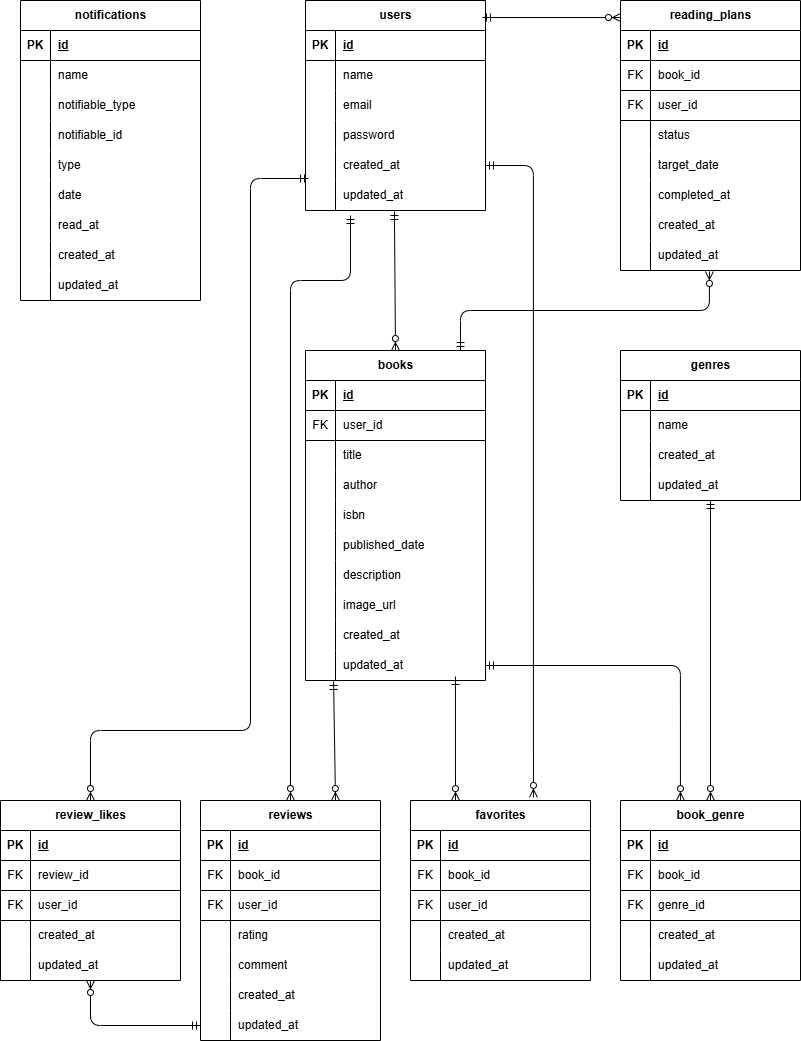
Earlier version of the draw.io export erd.drawio.png (urbexsaku/bookshelf-app). Source tidied: cells renumbered, new cells last; positions are measured from the earlier drawing's top-left corner, leaving out a move shared by most shapes.
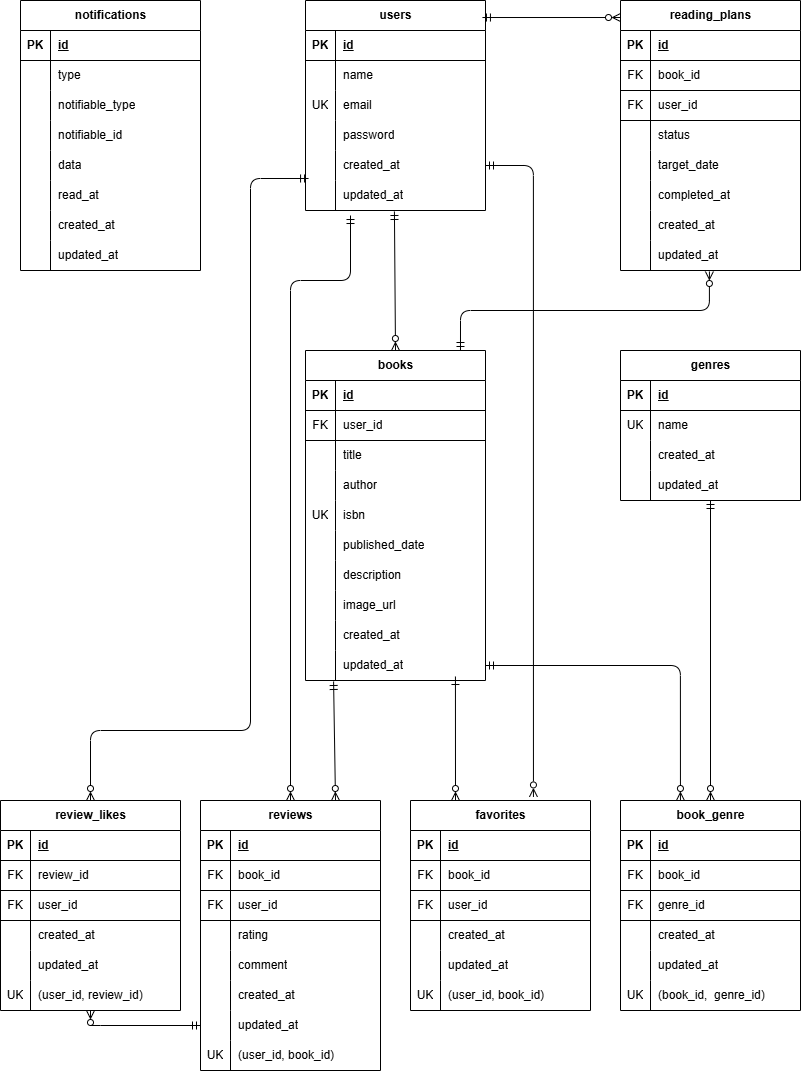
After the commit.

What changed in the source:
```diff
@@ -26,7 +26,7 @@
     <mxCell id="9" style="shape=tableRow;horizontal=0;startSize=0;swimlaneHead=0;swimlaneBody=0;fillColor=none;top=0;left=0;right=0;bottom=0;" parent="2" vertex="1">
       <mxGeometry y="90" width="180" height="30" as="geometry" />
     </mxCell>
-    <mxCell id="10" style="shape=partialRectangle;fillColor=none;top=0;left=0;bottom=0;right=0;overflow=hidden;whiteSpace=wrap;html=1;" parent="9" vertex="1">
+    <mxCell id="10" value="UK" style="shape=partialRectangle;fillColor=none;top=0;left=0;bottom=0;right=0;overflow=hidden;whiteSpace=wrap;html=1;" parent="9" vertex="1">
       <mxGeometry width="30" height="30" as="geometry" />
     </mxCell>
     <mxCell id="11" value="email" style="shape=partialRectangle;fillColor=none;top=0;left=0;bottom=0;right=0;align=left;spacingLeft=6;overflow=hidden;whiteSpace=wrap;html=1;" parent="9" vertex="1">
@@ -60,7 +60,7 @@
       <mxGeometry x="30" width="150" height="30" as="geometry" />
     </mxCell>
     <mxCell id="21" value="reviews" style="shape=table;startSize=30;rowLines=0;fontStyle=1;align=center;html=1;" parent="1" vertex="1">
-      <mxGeometry x="200" y="800" width="180" height="240" as="geometry" />
+      <mxGeometry x="200" y="800" width="180" height="270" as="geometry" />
     </mxCell>
     <mxCell id="22" style="shape=tableRow;horizontal=0;startSize=0;swimlaneHead=0;swimlaneBody=0;fillColor=none;top=0;left=0;right=0;bottom=1;" parent="21" vertex="1">
       <mxGeometry y="30" width="180" height="30" as="geometry" />
@@ -125,6 +125,15 @@
     <mxCell id="42" value="updated_at" style="shape=partialRectangle;fillColor=none;top=0;left=0;bottom=0;right=0;align=left;spacingLeft=6;overflow=hidden;whiteSpace=wrap;html=1;" parent="40" vertex="1">
       <mxGeometry x="30" width="150" height="30" as="geometry" />
     </mxCell>
+    <mxCell id="199" style="shape=tableRow;horizontal=0;startSize=0;swimlaneHead=0;swimlaneBody=0;fillColor=none;top=0;left=0;right=0;bottom=0;" parent="21" vertex="1">
+      <mxGeometry y="240" width="180" height="30" as="geometry" />
+    </mxCell>
+    <mxCell id="200" value="UK" style="shape=partialRectangle;fillColor=none;top=0;left=0;bottom=0;right=0;overflow=hidden;whiteSpace=wrap;html=1;" parent="199" vertex="1">
+      <mxGeometry width="30" height="30" as="geometry" />
+    </mxCell>
+    <mxCell id="201" value="(user_id, book_id)" style="shape=partialRectangle;fillColor=none;top=0;left=0;bottom=0;right=0;align=left;spacingLeft=6;overflow=hidden;whiteSpace=wrap;html=1;" parent="199" vertex="1">
+      <mxGeometry x="30" width="150" height="30" as="geometry" />
+    </mxCell>
     <mxCell id="43" value="genres" style="shape=table;startSize=30;rowLines=0;fontStyle=1;align=center;html=1;" parent="1" vertex="1">
       <mxGeometry x="620" y="350" width="180" height="150" as="geometry" />
     </mxCell>
@@ -140,7 +149,7 @@
     <mxCell id="47" style="shape=tableRow;horizontal=0;startSize=0;swimlaneHead=0;swimlaneBody=0;fillColor=none;top=0;left=0;right=0;bottom=0;" parent="43" vertex="1">
       <mxGeometry y="60" width="180" height="30" as="geometry" />
     </mxCell>
-    <mxCell id="48" style="shape=partialRectangle;fillColor=none;top=0;left=0;bottom=0;right=0;overflow=hidden;whiteSpace=wrap;html=1;" parent="47" vertex="1">
+    <mxCell id="48" value="UK" style="shape=partialRectangle;fillColor=none;top=0;left=0;bottom=0;right=0;overflow=hidden;whiteSpace=wrap;html=1;" parent="47" vertex="1">
       <mxGeometry width="30" height="30" as="geometry" />
     </mxCell>
     <mxCell id="49" value="name" style="shape=partialRectangle;fillColor=none;top=0;left=0;bottom=0;right=0;align=left;spacingLeft=6;overflow=hidden;whiteSpace=wrap;html=1;" parent="47" vertex="1">
@@ -206,7 +215,7 @@
     <mxCell id="69" style="shape=tableRow;horizontal=0;startSize=0;swimlaneHead=0;swimlaneBody=0;fillColor=none;top=0;left=0;right=0;bottom=0;" parent="56" vertex="1">
       <mxGeometry y="150" width="180" height="30" as="geometry" />
     </mxCell>
-    <mxCell id="70" style="shape=partialRectangle;fillColor=none;top=0;left=0;bottom=0;right=0;overflow=hidden;whiteSpace=wrap;html=1;" parent="69" vertex="1">
+    <mxCell id="70" value="UK" style="shape=partialRectangle;fillColor=none;top=0;left=0;bottom=0;right=0;overflow=hidden;whiteSpace=wrap;html=1;" parent="69" vertex="1">
       <mxGeometry width="30" height="30" as="geometry" />
     </mxCell>
     <mxCell id="71" value="isbn" style="shape=partialRectangle;fillColor=none;top=0;left=0;bottom=0;right=0;align=left;spacingLeft=6;overflow=hidden;whiteSpace=wrap;html=1;" parent="69" vertex="1">
@@ -258,7 +267,7 @@
       <mxGeometry x="30" width="150" height="30" as="geometry" />
     </mxCell>
     <mxCell id="87" value="favorites" style="shape=table;startSize=30;rowLines=0;fontStyle=1;align=center;html=1;" parent="1" vertex="1">
-      <mxGeometry x="410" y="800" width="180" height="180" as="geometry" />
+      <mxGeometry x="410" y="800" width="180" height="210" as="geometry" />
     </mxCell>
     <mxCell id="88" style="shape=tableRow;horizontal=0;startSize=0;swimlaneHead=0;swimlaneBody=0;fillColor=none;top=0;left=0;right=0;bottom=1;" parent="87" vertex="1">
       <mxGeometry y="30" width="180" height="30" as="geometry" />
@@ -305,8 +314,17 @@
     <mxCell id="102" value="updated_at" style="shape=partialRectangle;fillColor=none;top=0;left=0;bottom=0;right=0;align=left;spacingLeft=6;overflow=hidden;whiteSpace=wrap;html=1;" parent="100" vertex="1">
       <mxGeometry x="30" width="150" height="30" as="geometry" />
     </mxCell>
+    <mxCell id="202" style="shape=tableRow;horizontal=0;startSize=0;swimlaneHead=0;swimlaneBody=0;fillColor=none;top=0;left=0;right=0;bottom=0;" parent="87" vertex="1">
+      <mxGeometry y="180" width="180" height="30" as="geometry" />
+    </mxCell>
+    <mxCell id="203" value="UK" style="shape=partialRectangle;fillColor=none;top=0;left=0;bottom=0;right=0;overflow=hidden;whiteSpace=wrap;html=1;" parent="202" vertex="1">
+      <mxGeometry width="30" height="30" as="geometry" />
+    </mxCell>
+    <mxCell id="204" value="(user_id, book_id)" style="shape=partialRectangle;fillColor=none;top=0;left=0;bottom=0;right=0;align=left;spacingLeft=6;overflow=hidden;whiteSpace=wrap;html=1;" parent="202" vertex="1">
+      <mxGeometry x="30" width="150" height="30" as="geometry" />
+    </mxCell>
     <mxCell id="103" value="review_likes" style="shape=table;startSize=30;rowLines=0;fontStyle=1;align=center;html=1;" parent="1" vertex="1">
-      <mxGeometry y="800" width="180" height="180" as="geometry" />
+      <mxGeometry y="800" width="180" height="210" as="geometry" />
     </mxCell>
     <mxCell id="104" style="shape=tableRow;horizontal=0;startSize=0;swimlaneHead=0;swimlaneBody=0;fillColor=none;top=0;left=0;right=0;bottom=1;" parent="103" vertex="1">
       <mxGeometry y="30" width="180" height="30" as="geometry" />
@@ -353,8 +371,17 @@
     <mxCell id="118" value="updated_at" style="shape=partialRectangle;fillColor=none;top=0;left=0;bottom=0;right=0;align=left;spacingLeft=6;overflow=hidden;whiteSpace=wrap;html=1;" parent="116" vertex="1">
       <mxGeometry x="30" width="150" height="30" as="geometry" />
     </mxCell>
+    <mxCell id="205" style="shape=tableRow;horizontal=0;startSize=0;swimlaneHead=0;swimlaneBody=0;fillColor=none;top=0;left=0;right=0;bottom=0;" parent="103" vertex="1">
+      <mxGeometry y="180" width="180" height="30" as="geometry" />
+    </mxCell>
+    <mxCell id="206" value="UK" style="shape=partialRectangle;fillColor=none;top=0;left=0;bottom=0;right=0;overflow=hidden;whiteSpace=wrap;html=1;" parent="205" vertex="1">
+      <mxGeometry width="30" height="30" as="geometry" />
+    </mxCell>
+    <mxCell id="207" value="(user_id, review_id)" style="shape=partialRectangle;fillColor=none;top=0;left=0;bottom=0;right=0;align=left;spacingLeft=6;overflow=hidden;whiteSpace=wrap;html=1;" parent="205" vertex="1">
+      <mxGeometry x="30" width="150" height="30" as="geometry" />
+    </mxCell>
     <mxCell id="119" value="book_genre" style="shape=table;startSize=30;rowLines=0;fontStyle=1;align=center;html=1;" parent="1" vertex="1">
-      <mxGeometry x="620" y="800" width="180" height="180" as="geometry" />
+      <mxGeometry x="620" y="800" width="180" height="210" as="geometry" />
     </mxCell>
     <mxCell id="120" style="shape=tableRow;horizontal=0;startSize=0;swimlaneHead=0;swimlaneBody=0;fillColor=none;top=0;left=0;right=0;bottom=1;" parent="119" vertex="1">
       <mxGeometry y="30" width="180" height="30" as="geometry" />
@@ -401,6 +428,15 @@
     <mxCell id="134" value="updated_at" style="shape=partialRectangle;fillColor=none;top=0;left=0;bottom=0;right=0;align=left;spacingLeft=6;overflow=hidden;whiteSpace=wrap;html=1;" parent="132" vertex="1">
       <mxGeometry x="30" width="150" height="30" as="geometry" />
     </mxCell>
+    <mxCell id="208" style="shape=tableRow;horizontal=0;startSize=0;swimlaneHead=0;swimlaneBody=0;fillColor=none;top=0;left=0;right=0;bottom=0;" parent="119" vertex="1">
+      <mxGeometry y="180" width="180" height="30" as="geometry" />
+    </mxCell>
+    <mxCell id="209" value="UK" style="shape=partialRectangle;fillColor=none;top=0;left=0;bottom=0;right=0;overflow=hidden;whiteSpace=wrap;html=1;" parent="208" vertex="1">
+      <mxGeometry width="30" height="30" as="geometry" />
+    </mxCell>
+    <mxCell id="210" value="(&lt;span style=&quot;color: rgb(0, 0, 0);&quot;&gt;book_id,&amp;nbsp;&amp;nbsp;&lt;/span&gt;&lt;span style=&quot;color: rgb(0, 0, 0);&quot;&gt;genre_id)&lt;/span&gt;" style="shape=partialRectangle;fillColor=none;top=0;left=0;bottom=0;right=0;align=left;spacingLeft=6;overflow=hidden;whiteSpace=wrap;html=1;" parent="208" vertex="1">
+      <mxGeometry x="30" width="150" height="30" as="geometry" />
+    </mxCell>
     <mxCell id="135" style="edgeStyle=none;html=1;exitX=0.494;exitY=1.033;exitDx=0;exitDy=0;endArrow=ERzeroToMany;endFill=0;startArrow=ERmandOne;startFill=0;exitPerimeter=0;entryX=0.5;entryY=0;entryDx=0;entryDy=0;" parent="1" edge="1" source="18" target="56">
       <mxGeometry relative="1" as="geometry" />
     </mxCell>
@@ -528,7 +564,7 @@
       </mxGeometry>
     </mxCell>
     <mxCell id="171" value="notifications" style="shape=table;startSize=30;rowLines=0;fontStyle=1;align=center;html=1;" parent="1" vertex="1">
-      <mxGeometry x="20" width="180" height="300" as="geometry" />
+      <mxGeometry x="20" width="180" height="270" as="geometry" />
     </mxCell>
     <mxCell id="172" style="shape=tableRow;horizontal=0;startSize=0;swimlaneHead=0;swimlaneBody=0;fillColor=none;top=0;left=0;right=0;bottom=1;" parent="171" vertex="1">
       <mxGeometry y="30" width="180" height="30" as="geometry" />
@@ -545,7 +581,7 @@
     <mxCell id="176" style="shape=partialRectangle;fillColor=none;top=0;left=0;bottom=0;right=0;overflow=hidden;whiteSpace=wrap;html=1;" parent="175" vertex="1">
       <mxGeometry width="30" height="30" as="geometry" />
     </mxCell>
-    <mxCell id="177" value="name" style="shape=partialRectangle;fillColor=none;top=0;left=0;bottom=0;right=0;align=left;spacingLeft=6;overflow=hidden;whiteSpace=wrap;html=1;" parent="175" vertex="1">
+    <mxCell id="177" value="type" style="shape=partialRectangle;fillColor=none;top=0;left=0;bottom=0;right=0;align=left;spacingLeft=6;overflow=hidden;whiteSpace=wrap;html=1;" parent="175" vertex="1">
       <mxGeometry x="30" width="150" height="30" as="geometry" />
     </mxCell>
     <mxCell id="178" style="shape=tableRow;horizontal=0;startSize=0;swimlaneHead=0;swimlaneBody=0;fillColor=none;top=0;left=0;right=0;bottom=0;" parent="171" vertex="1">
@@ -566,26 +602,17 @@
     <mxCell id="183" value="notifiable_id" style="shape=partialRectangle;fillColor=none;top=0;left=0;bottom=0;right=0;align=left;spacingLeft=6;overflow=hidden;whiteSpace=wrap;html=1;" parent="181" vertex="1">
       <mxGeometry x="30" width="150" height="30" as="geometry" />
     </mxCell>
-    <mxCell id="184" style="shape=tableRow;horizontal=0;startSize=0;swimlaneHead=0;swimlaneBody=0;fillColor=none;top=0;left=0;right=0;bottom=0;" parent="171" vertex="1">
-      <mxGeometry y="150" width="180" height="30" as="geometry" />
-    </mxCell>
-    <mxCell id="185" style="shape=partialRectangle;fillColor=none;top=0;left=0;bottom=0;right=0;overflow=hidden;whiteSpace=wrap;html=1;" parent="184" vertex="1">
-      <mxGeometry width="30" height="30" as="geometry" />
-    </mxCell>
-    <mxCell id="186" value="type" style="shape=partialRectangle;fillColor=none;top=0;left=0;bottom=0;right=0;align=left;spacingLeft=6;overflow=hidden;whiteSpace=wrap;html=1;" parent="184" vertex="1">
-      <mxGeometry x="30" width="150" height="30" as="geometry" />
-    </mxCell>
     <mxCell id="187" style="shape=tableRow;horizontal=0;startSize=0;swimlaneHead=0;swimlaneBody=0;fillColor=none;top=0;left=0;right=0;bottom=0;" parent="171" vertex="1">
-      <mxGeometry y="180" width="180" height="30" as="geometry" />
+      <mxGeometry y="150" width="180" height="30" as="geometry" />
     </mxCell>
     <mxCell id="188" style="shape=partialRectangle;fillColor=none;top=0;left=0;bottom=0;right=0;overflow=hidden;whiteSpace=wrap;html=1;" parent="187" vertex="1">
       <mxGeometry width="30" height="30" as="geometry" />
     </mxCell>
-    <mxCell id="189" value="date" style="shape=partialRectangle;fillColor=none;top=0;left=0;bottom=0;right=0;align=left;spacingLeft=6;overflow=hidden;whiteSpace=wrap;html=1;" parent="187" vertex="1">
+    <mxCell id="189" value="data" style="shape=partialRectangle;fillColor=none;top=0;left=0;bottom=0;right=0;align=left;spacingLeft=6;overflow=hidden;whiteSpace=wrap;html=1;" parent="187" vertex="1">
       <mxGeometry x="30" width="150" height="30" as="geometry" />
     </mxCell>
     <mxCell id="190" style="shape=tableRow;horizontal=0;startSize=0;swimlaneHead=0;swimlaneBody=0;fillColor=none;top=0;left=0;right=0;bottom=0;" parent="171" vertex="1">
-      <mxGeometry y="210" width="180" height="30" as="geometry" />
+      <mxGeometry y="180" width="180" height="30" as="geometry" />
     </mxCell>
     <mxCell id="191" style="shape=partialRectangle;fillColor=none;top=0;left=0;bottom=0;right=0;overflow=hidden;whiteSpace=wrap;html=1;" parent="190" vertex="1">
       <mxGeometry width="30" height="30" as="geometry" />
@@ -594,7 +621,7 @@
       <mxGeometry x="30" width="150" height="30" as="geometry" />
     </mxCell>
     <mxCell id="193" style="shape=tableRow;horizontal=0;startSize=0;swimlaneHead=0;swimlaneBody=0;fillColor=none;top=0;left=0;right=0;bottom=0;" parent="171" vertex="1">
-      <mxGeometry y="240" width="180" height="30" as="geometry" />
+      <mxGeometry y="210" width="180" height="30" as="geometry" />
     </mxCell>
     <mxCell id="194" style="shape=partialRectangle;fillColor=none;top=0;left=0;bottom=0;right=0;overflow=hidden;whiteSpace=wrap;html=1;" parent="193" vertex="1">
       <mxGeometry width="30" height="30" as="geometry" />
@@ -603,7 +630,7 @@
       <mxGeometry x="30" width="150" height="30" as="geometry" />
     </mxCell>
     <mxCell id="196" style="shape=tableRow;horizontal=0;startSize=0;swimlaneHead=0;swimlaneBody=0;fillColor=none;top=0;left=0;right=0;bottom=0;" parent="171" vertex="1">
-      <mxGeometry y="270" width="180" height="30" as="geometry" />
+      <mxGeometry y="240" width="180" height="30" as="geometry" />
     </mxCell>
     <mxCell id="197" style="shape=partialRectangle;fillColor=none;top=0;left=0;bottom=0;right=0;overflow=hidden;whiteSpace=wrap;html=1;" parent="196" vertex="1">
       <mxGeometry width="30" height="30" as="geometry" />
```
